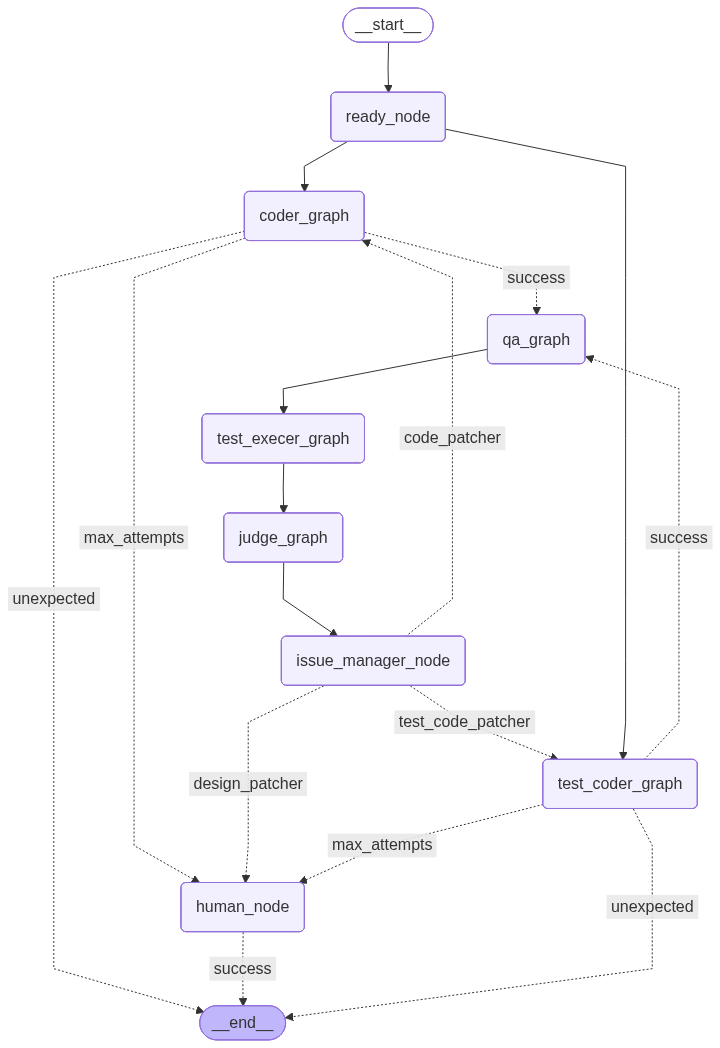
Earlier version of the Mermaid export art/workflow.png (ddongzi/someai). Its source is kept beside it as art/workflow.mmd.
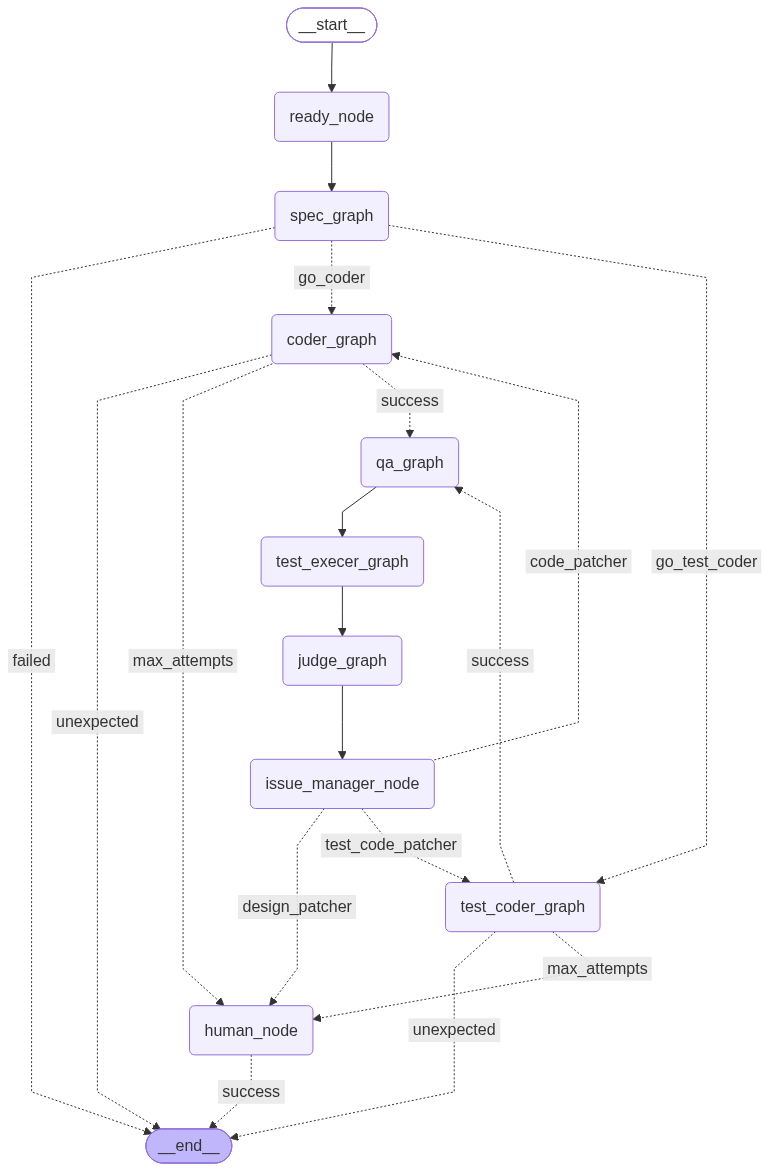
After the change.

Change to the diagram source:
```diff
@@ -12,6 +12,7 @@
 	human_node(human_node)
 	qa_graph(qa_graph)
 	judge_graph(judge_graph)
+	spec_graph(spec_graph)
 	issue_manager_node(issue_manager_node)
 	__end__([<p>__end__</p>]):::last
 	__start__ --> ready_node;
@@ -24,8 +25,10 @@
 	issue_manager_node -. &nbsp;test_code_patcher&nbsp; .-> test_coder_graph;
 	judge_graph --> issue_manager_node;
 	qa_graph --> test_execer_graph;
-	ready_node --> coder_graph;
-	ready_node --> test_coder_graph;
+	ready_node --> spec_graph;
+	spec_graph -. &nbsp;failed&nbsp; .-> __end__;
+	spec_graph -. &nbsp;go_coder&nbsp; .-> coder_graph;
+	spec_graph -. &nbsp;go_test_coder&nbsp; .-> test_coder_graph;
 	test_coder_graph -. &nbsp;unexpected&nbsp; .-> __end__;
 	test_coder_graph -. &nbsp;max_attempts&nbsp; .-> human_node;
 	test_coder_graph -. &nbsp;success&nbsp; .-> qa_graph;
```
